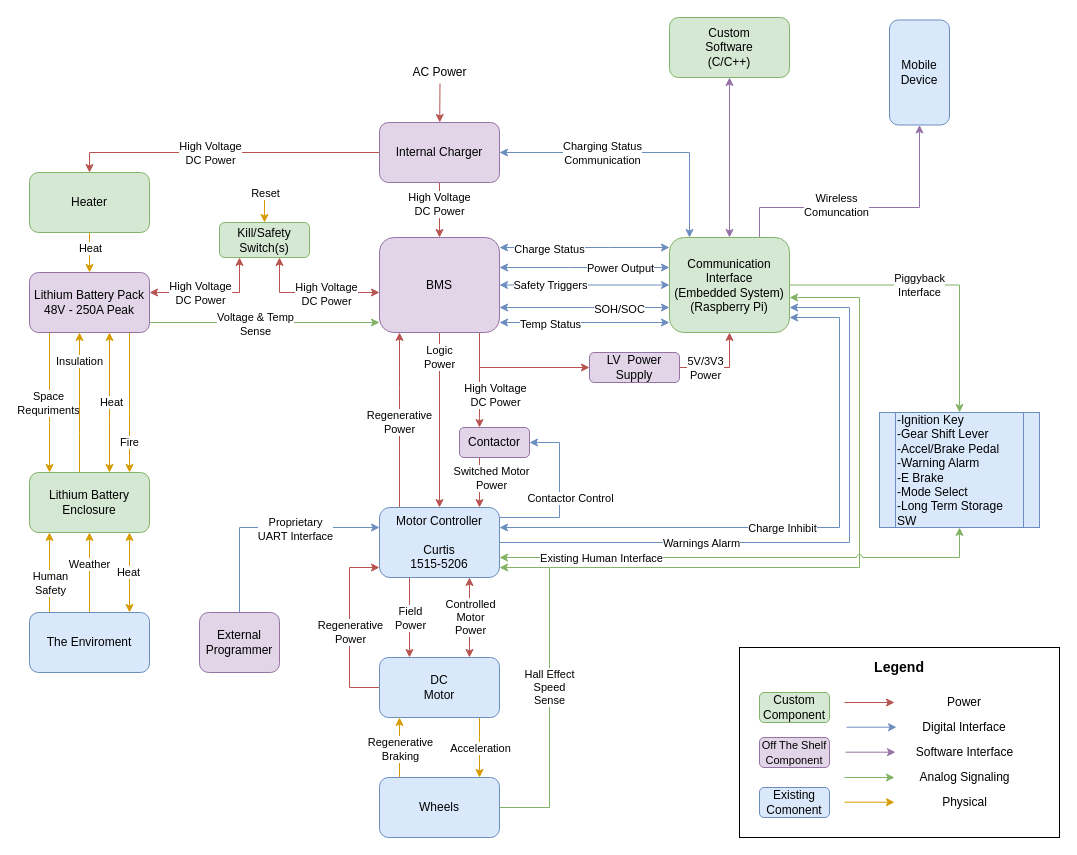
This is Diagrams/FSD v1.1.drawio from khallman97/ENG4000, a draw.io file, before an edit. Source tidied: cells renumbered, new cells numbered last; positions are measured from the earlier drawing's top-left corner, leaving out a move shared by most shapes. Both pictures are drawn from the tidied source at 100%, with x=0, y=0 at pixel (29, 17).
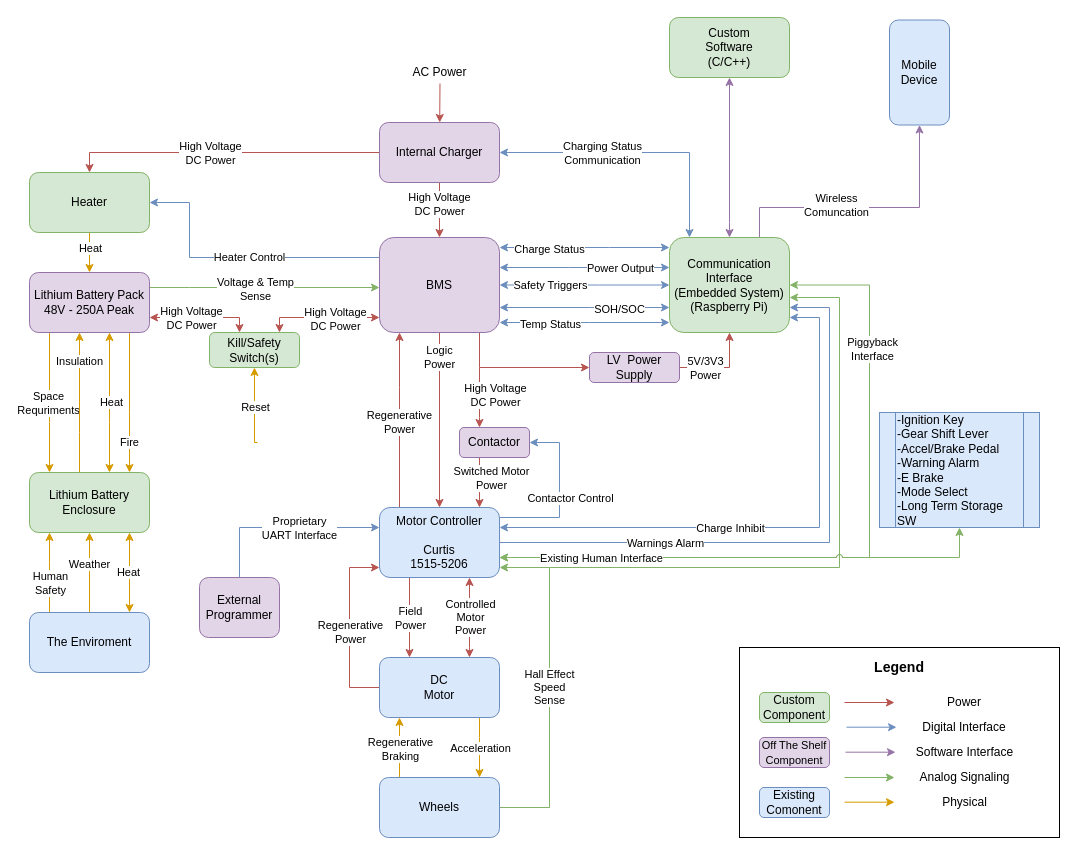
The same diagram, later.

The change refers to these unchanged cells:
```xml
<mxCell id="15" value="&lt;div&gt;Lithium Battery Pack&lt;/div&gt;&lt;div&gt;48V - 250A Peak&lt;br&gt;&lt;/div&gt;" style="rounded=1;whiteSpace=wrap;html=1;fillColor=#e1d5e7;strokeColor=#9673a6;" parent="1" vertex="1">
  <mxGeometry y="255" width="120" height="60" as="geometry" />
</mxCell>
<mxCell id="27" value="BMS" style="rounded=1;whiteSpace=wrap;html=1;fillColor=#e1d5e7;strokeColor=#9673a6;" parent="1" vertex="1">
  <mxGeometry x="350" y="220" width="120" height="95" as="geometry" />
</mxCell>
<mxCell id="49" value="&lt;div&gt;Communication Interface&lt;/div&gt;&lt;div&gt;(Embedded System)&lt;/div&gt;&lt;div&gt;(Raspberry Pi) &lt;br&gt;&lt;/div&gt;" style="rounded=1;whiteSpace=wrap;html=1;fillColor=#d5e8d4;strokeColor=#82b366;" parent="1" vertex="1">
  <mxGeometry x="640" y="220" width="120" height="95" as="geometry" />
</mxCell>
<mxCell id="60" value="&lt;div&gt;Motor Controller&lt;/div&gt;&lt;div&gt;&lt;br&gt;&lt;/div&gt;&lt;div&gt;Curtis&lt;/div&gt;&lt;div&gt;1515-5206&lt;br&gt;&lt;/div&gt;" style="rounded=1;whiteSpace=wrap;html=1;fillColor=#dae8fc;strokeColor=#6c8ebf;" parent="1" vertex="1">
  <mxGeometry x="350" y="490" width="120" height="70" as="geometry" />
</mxCell>
<mxCell id="84" value="&lt;div&gt;Heater&lt;br&gt;&lt;/div&gt;" style="rounded=1;whiteSpace=wrap;html=1;fillColor=#d5e8d4;strokeColor=#82b366;" parent="1" vertex="1">
  <mxGeometry y="155" width="120" height="60" as="geometry" />
</mxCell>
<mxCell id="105" value="&lt;div&gt;-Ignition Key&lt;br&gt;&lt;/div&gt;&lt;div&gt;-Gear Shift Lever&lt;/div&gt;&lt;div&gt;-Accel/Brake Pedal&lt;br&gt;&lt;/div&gt;&lt;div&gt;-Warning Alarm&lt;/div&gt;&lt;div&gt;-E Brake&lt;br&gt;&lt;/div&gt;&lt;div&gt;-Mode Select&lt;/div&gt;&lt;div&gt;-Long Term Storage SW&lt;br&gt;&lt;/div&gt;" style="shape=process;whiteSpace=wrap;html=1;backgroundOutline=1;align=left;fillColor=#dae8fc;strokeColor=#6c8ebf;gradientDirection=north;" parent="1" vertex="1">
  <mxGeometry x="850" y="395" width="160" height="115" as="geometry" />
</mxCell>
<mxCell id="108" value="&lt;div align=&quot;center&quot;&gt;Wheels&lt;/div&gt;" style="rounded=1;whiteSpace=wrap;html=1;glass=0;sketch=0;strokeColor=#6c8ebf;align=center;fillColor=#dae8fc;" parent="1" vertex="1">
  <mxGeometry x="350" y="760" width="120" height="60" as="geometry" />
</mxCell>
<mxCell id="113" style="edgeStyle=orthogonalEdgeStyle;rounded=0;jumpStyle=arc;jettySize=auto;html=1;startArrow=none;startFill=0;endArrow=classic;endFill=1;fillColor=#dae8fc;strokeColor=#6c8ebf;" parent="1" edge="1" source="115" target="60">
  <mxGeometry relative="1" as="geometry">
    <Array as="points">
      <mxPoint x="210" y="510" />
    </Array>
  </mxGeometry>
</mxCell>
```

Change to the diagram source:
```diff
@@
     <mxCell id="2" style="edgeStyle=orthogonalEdgeStyle;rounded=0;jettySize=auto;html=1;startArrow=none;startFill=0;endArrow=classic;endFill=1;fillColor=#d5e8d4;strokeColor=#82b366;jumpStyle=arc;" parent="1" edge="1" source="108" target="49">
       <mxGeometry relative="1" as="geometry">
         <Array as="points">
           <mxPoint x="520" y="790" />
           <mxPoint x="520" y="550" />
-          <mxPoint x="830" y="550" />
-          <mxPoint x="830" y="280" />
+          <mxPoint x="810" y="550" />
+          <mxPoint x="810" y="280" />
         </Array>
       </mxGeometry>
     </mxCell>
     <mxCell id="3" style="edgeStyle=orthogonalEdgeStyle;rounded=0;jettySize=auto;html=1;startArrow=classic;startFill=1;fillColor=#f8cecc;strokeColor=#b85450;" parent="1" edge="1" source="15" target="81">
       <mxGeometry relative="1" as="geometry">
         <Array as="points">
-          <mxPoint x="210" y="275" />
+          <mxPoint x="210" y="300" />
         </Array>
       </mxGeometry>
     </mxCell>
@@
     <mxCell id="5" style="edgeStyle=orthogonalEdgeStyle;rounded=0;jettySize=auto;html=1;fillColor=#d5e8d4;strokeColor=#82b366;" parent="1" edge="1" source="15" target="27">
       <mxGeometry relative="1" as="geometry">
         <Array as="points">
-          <mxPoint x="240" y="305" />
-          <mxPoint x="240" y="305" />
+          <mxPoint x="160" y="270" />
+          <mxPoint x="160" y="270" />
         </Array>
       </mxGeometry>
     </mxCell>
@@
+    <mxCell id="116" style="edgeStyle=orthogonalEdgeStyle;rounded=0;jumpStyle=arc;jettySize=auto;html=1;startArrow=none;startFill=0;endArrow=classic;endFill=1;fillColor=#dae8fc;strokeColor=#6c8ebf;" parent="1" edge="1" source="27" target="84">
+      <mxGeometry relative="1" as="geometry">
+        <Array as="points">
+          <mxPoint x="160" y="240" />
+          <mxPoint x="160" y="185" />
+        </Array>
+      </mxGeometry>
+    </mxCell>
+    <mxCell id="117" value="Heater Control" style="edgeLabel;html=1;align=center;verticalAlign=middle;" parent="116" vertex="1">
+      <mxGeometry x="-0.08" y="-1" relative="1" as="geometry" />
+    </mxCell>
@@
     <mxCell id="38" style="edgeStyle=orthogonalEdgeStyle;rounded=0;jettySize=auto;html=1;startArrow=classic;startFill=1;endArrow=classic;endFill=1;fillColor=#dae8fc;strokeColor=#6c8ebf;" parent="1" edge="1" source="49" target="60">
       <mxGeometry relative="1" as="geometry">
         <Array as="points">
-          <mxPoint x="810" y="300" />
-          <mxPoint x="810" y="510" />
+          <mxPoint x="790" y="300" />
+          <mxPoint x="790" y="510" />
         </Array>
       </mxGeometry>
     </mxCell>
     <mxCell id="39" value="&lt;div&gt;Charge Inhibit&lt;br&gt;&lt;/div&gt;" style="edgeLabel;html=1;align=center;verticalAlign=middle;" parent="38" vertex="1">
       <mxGeometry x="-0.09" relative="1" as="geometry">
-        <mxPoint x="-45" as="offset" />
+        <mxPoint x="-74.1" as="offset" />
       </mxGeometry>
     </mxCell>
@@
     <mxCell id="43" style="edgeStyle=orthogonalEdgeStyle;rounded=0;jettySize=auto;html=1;startArrow=classic;startFill=1;fillColor=#dae8fc;strokeColor=#6c8ebf;endArrow=none;endFill=0;" parent="1" edge="1" source="49" target="60">
       <mxGeometry relative="1" as="geometry">
         <Array as="points">
-          <mxPoint x="820" y="290" />
-          <mxPoint x="820" y="525" />
+          <mxPoint x="800" y="290" />
+          <mxPoint x="800" y="525" />
         </Array>
       </mxGeometry>
     </mxCell>
     <mxCell id="44" value="Warnings Alarm" style="edgeLabel;html=1;align=center;verticalAlign=middle;" parent="43" vertex="1">
       <mxGeometry x="0.23" relative="1" as="geometry">
-        <mxPoint x="-47" as="offset" />
+        <mxPoint x="-67.7" as="offset" />
       </mxGeometry>
     </mxCell>
@@
-    <mxCell id="47" style="edgeStyle=orthogonalEdgeStyle;rounded=0;jumpStyle=arc;jettySize=auto;html=1;startArrow=none;startFill=0;endArrow=classic;endFill=1;fillColor=#d5e8d4;strokeColor=#82b366;" parent="1" edge="1" source="49" target="105">
+    <mxCell id="47" style="edgeStyle=orthogonalEdgeStyle;rounded=0;jumpStyle=arc;jettySize=auto;html=1;startArrow=classic;startFill=1;endArrow=classic;endFill=1;fillColor=#d5e8d4;strokeColor=#82b366;" parent="1" edge="1" source="49" target="60">
       <mxGeometry relative="1" as="geometry">
         <Array as="points">
-          <mxPoint x="930" y="267" />
+          <mxPoint x="840" y="267" />
+          <mxPoint x="840" y="540" />
         </Array>
       </mxGeometry>
     </mxCell>
     <mxCell id="48" value="&lt;div&gt;Piggyback&lt;/div&gt;&lt;div&gt;Interface&lt;br&gt;&lt;/div&gt;" style="edgeLabel;html=1;align=center;verticalAlign=middle;" parent="47" vertex="1">
       <mxGeometry x="-0.14" y="1" relative="1" as="geometry">
-        <mxPoint x="1.7" y="1" as="offset" />
+        <mxPoint x="1.7" y="-166.7" as="offset" />
       </mxGeometry>
     </mxCell>
@@
     <mxCell id="79" style="edgeStyle=orthogonalEdgeStyle;rounded=0;jettySize=auto;html=1;startArrow=classic;startFill=1;endArrow=classic;endFill=1;fillColor=#f8cecc;strokeColor=#b85450;" parent="1" edge="1" source="81" target="27">
       <mxGeometry relative="1" as="geometry">
         <Array as="points">
-          <mxPoint x="250" y="275" />
+          <mxPoint x="250" y="300" />
         </Array>
       </mxGeometry>
     </mxCell>
@@
     <mxCell id="81" value="&lt;div&gt;Kill/Safety &lt;br&gt;&lt;/div&gt;&lt;div&gt;Switch(s)&lt;/div&gt;" style="rounded=1;whiteSpace=wrap;html=1;fillColor=#d5e8d4;align=center;strokeColor=#82b366;" parent="1" vertex="1">
-      <mxGeometry x="190" y="205" width="90" height="35" as="geometry" />
+      <mxGeometry x="180" y="315" width="90" height="35" as="geometry" />
     </mxCell>
@@
-    <mxCell id="103" style="edgeStyle=orthogonalEdgeStyle;rounded=0;jettySize=auto;html=1;fillColor=#ffe6cc;strokeColor=#d79b00;entryX=0.5;entryY=0;entryDx=0;entryDy=0;" parent="1" edge="1" target="81">
+    <mxCell id="103" style="edgeStyle=orthogonalEdgeStyle;rounded=0;jettySize=auto;html=1;fillColor=#ffe6cc;strokeColor=#d79b00;" parent="1" edge="1" target="81">
       <mxGeometry relative="1" as="geometry">
-        <mxPoint x="235" y="180" as="sourcePoint" />
+        <mxPoint x="228" y="425" as="sourcePoint" />
+        <Array as="points">
+          <mxPoint x="225" y="425" />
+        </Array>
       </mxGeometry>
     </mxCell>
     <mxCell id="104" value="Reset" style="edgeLabel;html=1;align=center;verticalAlign=middle;" parent="103" vertex="1">
       <mxGeometry x="-0.24" relative="1" as="geometry">
-        <mxPoint y="-14.7" as="offset" />
+        <mxPoint y="-8.3" as="offset" />
       </mxGeometry>
     </mxCell>
@@
     <mxCell id="114" value="&lt;div&gt;Proprietary&lt;/div&gt;&lt;div&gt;UART Interface&lt;br&gt;&lt;/div&gt;" style="edgeLabel;html=1;align=center;verticalAlign=middle;" parent="113" vertex="1">
       <mxGeometry x="-0.26" y="-44" relative="1" as="geometry">
-        <mxPoint x="11" y="-1" as="offset" />
+        <mxPoint x="39.6" y="-44" as="offset" />
       </mxGeometry>
     </mxCell>
     <mxCell id="115" value="&lt;div&gt;External&lt;/div&gt;&lt;div&gt;Programmer&lt;br&gt;&lt;/div&gt;" style="rounded=1;whiteSpace=wrap;html=1;fillColor=#e1d5e7;strokeColor=#9673a6;" parent="1" vertex="1">
-      <mxGeometry x="170" y="595" width="80" height="60" as="geometry" />
+      <mxGeometry x="170" y="560" width="80" height="60" as="geometry" />
     </mxCell>
```
